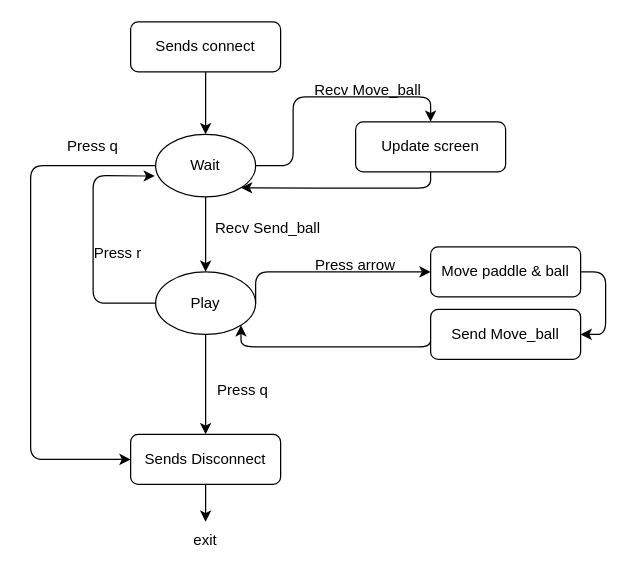
Earlier version of the draw.io diagram Project/Untitled Diagram.drawio (diogojpa99/PSis_Project). Source tidied: cells renumbered, new cells numbered last; positions are measured from the earlier drawing's top-left corner, leaving out a move shared by most shapes. Both pictures are drawn from the tidied source at 125%, with x=0, y=0 at pixel (30, 21).
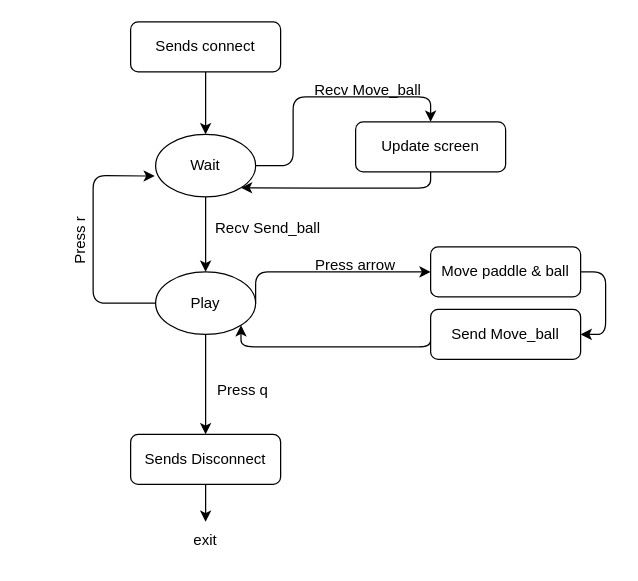
The same page after the edit.

The change refers to these unchanged cells:
```xml
<mxCell id="5" value="Wait" style="ellipse;whiteSpace=wrap;html=1;" parent="1" vertex="1">
  <mxGeometry x="100" y="90" width="80" height="50" as="geometry" />
</mxCell>
<mxCell id="21" value="Sends Disconnect" style="rounded=1;whiteSpace=wrap;html=1;fontSize=12;glass=0;strokeWidth=1;shadow=0;" parent="1" vertex="1">
  <mxGeometry x="80" y="330" width="120" height="40" as="geometry" />
</mxCell>
```

What changed in the source:
```diff
@@
-    <mxCell id="4" style="edgeStyle=orthogonalEdgeStyle;rounded=1;jettySize=auto;html=1;exitX=0;exitY=0.5;exitDx=0;exitDy=0;entryX=0;entryY=0.5;entryDx=0;entryDy=0;" parent="1" edge="1" source="5" target="21">
-      <mxGeometry relative="1" as="geometry">
-        <Array as="points">
-          <mxPoint y="115" />
-          <mxPoint y="350" />
-        </Array>
-      </mxGeometry>
-    </mxCell>
@@
-    <mxCell id="22" value="Press r" style="text;html=1;strokeColor=none;fillColor=none;align=center;verticalAlign=middle;whiteSpace=wrap;rounded=0;" parent="1" vertex="1">
-      <mxGeometry x="20" y="170" width="100" height="30" as="geometry" />
+    <mxCell id="22" value="Press r" style="text;html=1;strokeColor=none;fillColor=none;align=center;verticalAlign=middle;whiteSpace=wrap;rounded=0;rotation=-90;" parent="1" vertex="1">
+      <mxGeometry x="-10" y="160" width="100" height="30" as="geometry" />
     </mxCell>
@@
-    <mxCell id="26" value="Press q" style="text;html=1;strokeColor=none;fillColor=none;align=center;verticalAlign=middle;whiteSpace=wrap;rounded=0;" parent="1" vertex="1">
-      <mxGeometry y="85" width="100" height="30" as="geometry" />
-    </mxCell>
```
